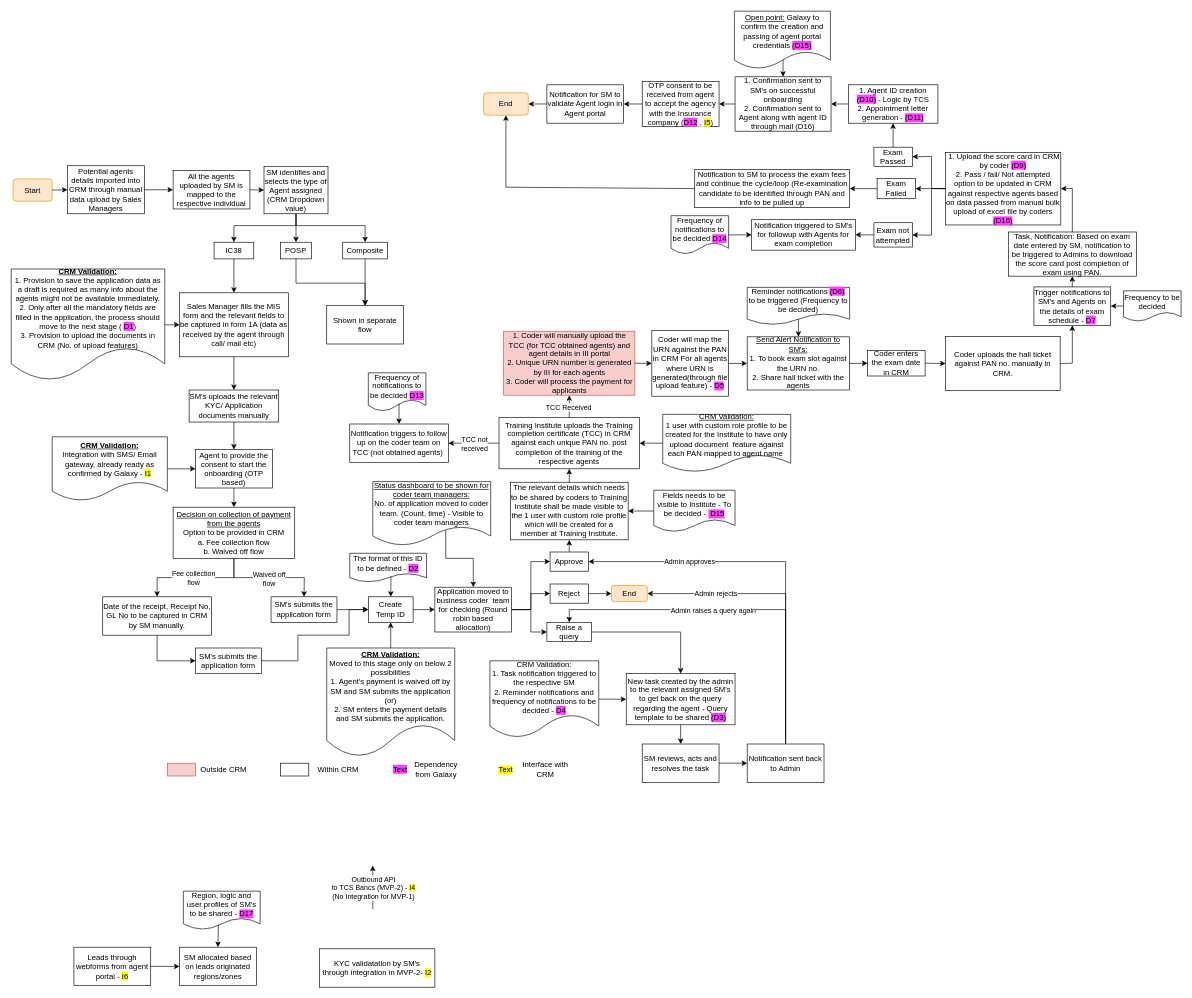
This is Agent Onboarding IC38 MVP 1.drawio from shaileshsreedar/Galaxy, a draw.io file, before an edit. Source tidied: cells renumbered, new cells numbered last; positions are measured from the earlier drawing's top-left corner, leaving out a move shared by most shapes. Both pictures are drawn from the tidied source at 64%, with x=0, y=0 at pixel (11, 11).
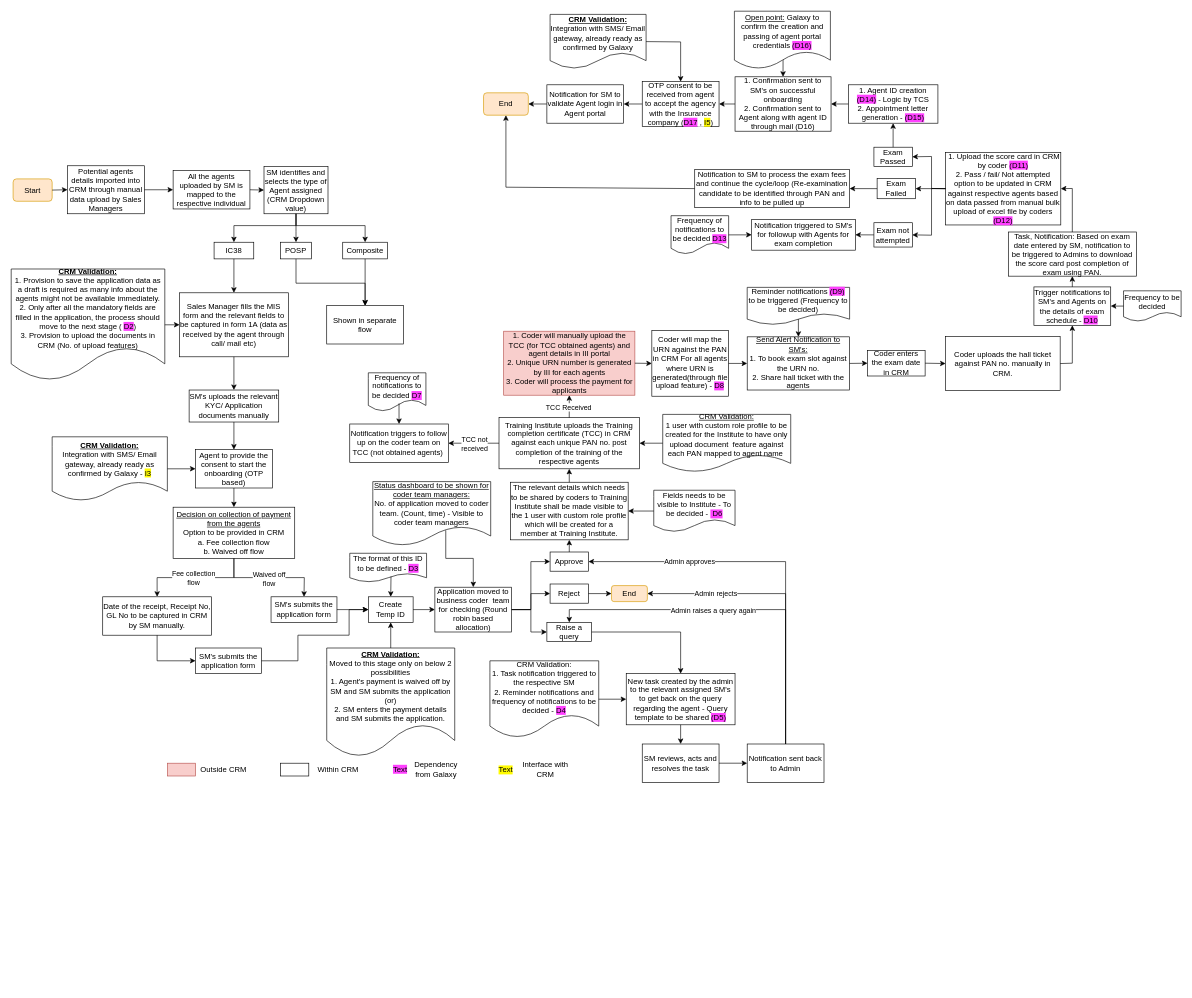
Above is the later version.

Change to the diagram source:
```diff
@@
-    <mxCell id="18" value="&lt;b&gt;&lt;u&gt;CRM Validation:&lt;/u&gt;&lt;/b&gt;&lt;div&gt;1. Provision to save the application data as a draft is required as many info about the agents might not be available immediately.&lt;/div&gt;&lt;div&gt;2. Only after all the mandatory fields are filled in the application, the process should move to the next stage (&amp;nbsp;&lt;span style=&quot;background-color: rgb(255, 64, 255);&quot;&gt;D1&lt;/span&gt;)&lt;/div&gt;&lt;div&gt;3. Provision to upload the documents in CRM (No. of upload features)&lt;/div&gt;" style="shape=document;whiteSpace=wrap;html=1;boundedLbl=1;" parent="1" vertex="1">
+    <mxCell id="18" value="&lt;b&gt;&lt;u&gt;CRM Validation:&lt;/u&gt;&lt;/b&gt;&lt;div&gt;1. Provision to save the application data as a draft is required as many info about the agents might not be available immediately.&lt;/div&gt;&lt;div&gt;2. Only after all the mandatory fields are filled in the application, the process should move to the next stage (&amp;nbsp;&lt;span style=&quot;background-color: rgb(255, 64, 255);&quot;&gt;D2&lt;/span&gt;)&lt;/div&gt;&lt;div&gt;3. Provision to upload the documents in CRM (No. of upload features)&lt;/div&gt;" style="shape=document;whiteSpace=wrap;html=1;boundedLbl=1;" parent="1" vertex="1">
       <mxGeometry y="402.8" width="240" height="174.4" as="geometry" />
     </mxCell>
@@
-    <mxCell id="23" value="&lt;b&gt;&lt;u&gt;CRM Validation:&lt;/u&gt;&lt;/b&gt;&lt;div&gt;Integration with SMS/ Email gateway, already ready as confirmed by Galaxy - &lt;span style=&quot;background-color: rgb(255, 251, 0);&quot;&gt;I1&lt;/span&gt;&lt;/div&gt;" style="shape=document;whiteSpace=wrap;html=1;boundedLbl=1;" parent="1" vertex="1">
+    <mxCell id="23" value="&lt;b&gt;&lt;u&gt;CRM Validation:&lt;/u&gt;&lt;/b&gt;&lt;div&gt;Integration with SMS/ Email gateway, already ready as confirmed by Galaxy - &lt;span style=&quot;background-color: rgb(255, 251, 0);&quot;&gt;I3&lt;/span&gt;&lt;/div&gt;" style="shape=document;whiteSpace=wrap;html=1;boundedLbl=1;" parent="1" vertex="1">
       <mxGeometry x="64" y="665" width="180" height="100" as="geometry" />
     </mxCell>
@@
-    <mxCell id="48" value="The format of this ID to be defined - &lt;span style=&quot;background-color: rgb(255, 64, 255);&quot;&gt;D2&lt;/span&gt;" style="shape=document;whiteSpace=wrap;html=1;boundedLbl=1;" parent="1" vertex="1">
+    <mxCell id="48" value="The format of this ID to be defined - &lt;span style=&quot;background-color: rgb(255, 64, 255);&quot;&gt;D3&lt;/span&gt;" style="shape=document;whiteSpace=wrap;html=1;boundedLbl=1;" parent="1" vertex="1">
       <mxGeometry x="529" y="847" width="120" height="45" as="geometry" />
     </mxCell>
@@
-    <mxCell id="50" value="New task created by the admin to the relevant assigned SM's to get back on the query regarding the agent - Query template to be shared &lt;span style=&quot;background-color: rgb(255, 64, 255);&quot;&gt;(D3)&lt;/span&gt;" style="rounded=0;whiteSpace=wrap;html=1;" parent="1" vertex="1">
+    <mxCell id="50" value="New task created by the admin to the relevant assigned SM's to get back on the query regarding the agent - Query template to be shared &lt;span style=&quot;background-color: rgb(255, 64, 255);&quot;&gt;(D5)&lt;/span&gt;" style="rounded=0;whiteSpace=wrap;html=1;" parent="1" vertex="1">
       <mxGeometry x="961" y="1035" width="170" height="80" as="geometry" />
     </mxCell>
@@
-    <mxCell id="71" value="Coder will map the URN against the PAN in CRM For all agents where URN is generated(through file upload feature) - &lt;span style=&quot;background-color: rgb(255, 64, 255);&quot;&gt;D5&lt;/span&gt;" style="rounded=0;whiteSpace=wrap;html=1;" parent="1" vertex="1">
+    <mxCell id="71" value="Coder will map the URN against the PAN in CRM For all agents where URN is generated(through file upload feature) - &lt;span style=&quot;background-color: rgb(255, 64, 255);&quot;&gt;D8&lt;/span&gt;" style="rounded=0;whiteSpace=wrap;html=1;" parent="1" vertex="1">
       <mxGeometry x="1001" y="499.1" width="120" height="102.5" as="geometry" />
     </mxCell>
@@
-    <mxCell id="75" value="Reminder notifications &lt;span style=&quot;background-color: rgb(255, 64, 255);&quot;&gt;(D6)&lt;/span&gt; to be triggered (Frequency to be decided)" style="shape=document;whiteSpace=wrap;html=1;boundedLbl=1;" parent="1" vertex="1">
+    <mxCell id="75" value="Reminder notifications &lt;span style=&quot;background-color: rgb(255, 64, 255);&quot;&gt;(D9)&lt;/span&gt; to be triggered (Frequency to be decided)" style="shape=document;whiteSpace=wrap;html=1;boundedLbl=1;" parent="1" vertex="1">
       <mxGeometry x="1150" y="431.5" width="160" height="58.5" as="geometry" />
     </mxCell>
@@
-    <mxCell id="79" value="Trigger notifications to SM's and Agents on the details of exam schedule - &lt;span style=&quot;background-color: rgb(255, 64, 255);&quot;&gt;D7&lt;/span&gt;" style="rounded=0;whiteSpace=wrap;html=1;" parent="1" vertex="1">
+    <mxCell id="79" value="Trigger notifications to SM's and Agents on the details of exam schedule - &lt;span style=&quot;background-color: rgb(255, 64, 255);&quot;&gt;D10&lt;/span&gt;" style="rounded=0;whiteSpace=wrap;html=1;" parent="1" vertex="1">
       <mxGeometry x="1598" y="430.8" width="120" height="60" as="geometry" />
     </mxCell>
@@
-    <mxCell id="85" value="&amp;nbsp;1. Upload the score card in CRM by coder&amp;nbsp;&lt;span style=&quot;background-color: rgb(255, 64, 255);&quot;&gt;(D9)&lt;/span&gt;&lt;div&gt;2. Pass / fail/ Not attempted option to be updated in CRM against respective agents based on data passed from manual bulk upload of excel file by coders &lt;span style=&quot;background-color: rgb(255, 64, 255);&quot;&gt;(D16)&lt;/span&gt;&lt;/div&gt;" style="rounded=0;whiteSpace=wrap;html=1;" parent="1" vertex="1">
+    <mxCell id="85" value="&amp;nbsp;1. Upload the score card in CRM by coder&amp;nbsp;&lt;span style=&quot;background-color: rgb(255, 64, 255);&quot;&gt;(D11)&lt;/span&gt;&lt;div&gt;2. Pass / fail/ Not attempted option to be updated in CRM against respective agents based on data passed from manual bulk upload of excel file by coders &lt;span style=&quot;background-color: rgb(255, 64, 255);&quot;&gt;(D12)&lt;/span&gt;&lt;/div&gt;" style="rounded=0;whiteSpace=wrap;html=1;" parent="1" vertex="1">
       <mxGeometry x="1460" y="220.5" width="180" height="113.5" as="geometry" />
     </mxCell>
@@
-    <mxCell id="90" value="1. Agent ID creation &lt;span style=&quot;background-color: rgb(255, 64, 255);&quot;&gt;(D10)&lt;/span&gt; - Logic by TCS&lt;div&gt;2. Appointment letter generation - &lt;span style=&quot;background-color: rgb(255, 64, 255);&quot;&gt;(D11)&lt;/span&gt;&lt;/div&gt;" style="rounded=0;whiteSpace=wrap;html=1;" parent="1" vertex="1">
+    <mxCell id="90" value="1. Agent ID creation &lt;span style=&quot;background-color: rgb(255, 64, 255);&quot;&gt;(D14)&lt;/span&gt; - Logic by TCS&lt;div&gt;2. Appointment letter generation - &lt;span style=&quot;background-color: rgb(255, 64, 255);&quot;&gt;(D15)&lt;/span&gt;&lt;/div&gt;" style="rounded=0;whiteSpace=wrap;html=1;" parent="1" vertex="1">
       <mxGeometry x="1308" y="115" width="140" height="60" as="geometry" />
     </mxCell>
@@
-    <mxCell id="104" value="OTP consent to be received from agent to accept the agency with the Insurance company (&lt;span style=&quot;background-color: rgb(255, 64, 255);&quot;&gt;D12&lt;/span&gt;&lt;span style=&quot;background-color: rgb(255, 255, 255);&quot;&gt; , &lt;/span&gt;&lt;span style=&quot;background-color: rgb(255, 251, 0);&quot;&gt;I5&lt;/span&gt;)" style="rounded=0;whiteSpace=wrap;html=1;" parent="1" vertex="1">
+    <mxCell id="104" value="OTP consent to be received from agent to accept the agency with the Insurance company (&lt;span style=&quot;background-color: rgb(255, 64, 255);&quot;&gt;D17&lt;/span&gt;&lt;span style=&quot;background-color: rgb(255, 255, 255);&quot;&gt;&amp;nbsp;, &lt;/span&gt;&lt;span style=&quot;background-color: rgb(255, 251, 0);&quot;&gt;I5&lt;/span&gt;)" style="rounded=0;whiteSpace=wrap;html=1;" parent="1" vertex="1">
       <mxGeometry x="986" y="110" width="120" height="70" as="geometry" />
     </mxCell>
@@
-    <mxCell id="110" value="Frequency of notifications to be decided &lt;span style=&quot;background-color: rgb(255, 64, 255);&quot;&gt;D13&lt;/span&gt;" style="shape=document;whiteSpace=wrap;html=1;boundedLbl=1;" parent="1" vertex="1">
+    <mxCell id="110" value="Frequency of notifications to be decided &lt;span style=&quot;background-color: rgb(255, 64, 255);&quot;&gt;D7&lt;/span&gt;" style="shape=document;whiteSpace=wrap;html=1;boundedLbl=1;" parent="1" vertex="1">
       <mxGeometry x="558" y="565" width="90" height="60" as="geometry" />
     </mxCell>
@@
-    <mxCell id="115" value="Frequency of notifications to be decided &lt;span style=&quot;background-color: rgb(255, 64, 255);&quot;&gt;D14&lt;/span&gt;" style="shape=document;whiteSpace=wrap;html=1;boundedLbl=1;" parent="1" vertex="1">
+    <mxCell id="115" value="Frequency of notifications to be decided &lt;span style=&quot;background-color: rgb(255, 64, 255);&quot;&gt;D13&lt;/span&gt;" style="shape=document;whiteSpace=wrap;html=1;boundedLbl=1;" parent="1" vertex="1">
       <mxGeometry x="1031" y="319.5" width="90" height="60" as="geometry" />
     </mxCell>
@@
-    <mxCell id="135" value="Fields needs to be visible to Institute - To be decided - &lt;span style=&quot;background-color: rgb(255, 64, 255);&quot;&gt;&amp;nbsp;D15&lt;/span&gt;" style="shape=document;whiteSpace=wrap;html=1;boundedLbl=1;" parent="1" vertex="1">
+    <mxCell id="135" value="Fields needs to be visible to Institute - To be decided - &lt;span style=&quot;background-color: rgb(255, 64, 255);&quot;&gt;&amp;nbsp;D6&lt;/span&gt;" style="shape=document;whiteSpace=wrap;html=1;boundedLbl=1;" parent="1" vertex="1">
       <mxGeometry x="1004" y="748.5" width="127" height="65" as="geometry" />
     </mxCell>
@@
-    <mxCell id="137" value="&lt;u style=&quot;background-color: rgb(255, 255, 255);&quot;&gt;Open point:&lt;/u&gt;&amp;nbsp;Galaxy to confirm the creation and passing of agent portal credentials&amp;nbsp;&lt;span style=&quot;background-color: rgb(255, 64, 255);&quot;&gt;(D15)&lt;/span&gt;" style="shape=document;whiteSpace=wrap;html=1;boundedLbl=1;" parent="1" vertex="1">
+    <mxCell id="137" value="&lt;u style=&quot;background-color: rgb(255, 255, 255);&quot;&gt;Open point:&lt;/u&gt;&amp;nbsp;Galaxy to confirm the creation and passing of agent portal credentials&amp;nbsp;&lt;span style=&quot;background-color: rgb(255, 64, 255);&quot;&gt;(D16)&lt;/span&gt;" style="shape=document;whiteSpace=wrap;html=1;boundedLbl=1;" parent="1" vertex="1">
       <mxGeometry x="1130" width="150" height="90" as="geometry" />
     </mxCell>
-    <mxCell id="138" value="Leads through webforms from agent portal -&amp;nbsp;&lt;span style=&quot;background-color: rgb(255, 251, 0);&quot;&gt;I6&lt;/span&gt;" style="rounded=0;whiteSpace=wrap;html=1;" parent="1" vertex="1">
-      <mxGeometry x="98" y="1462.5" width="120" height="60" as="geometry" />
-    </mxCell>
-    <mxCell id="139" value="SM allocated based on leads originated regions/zones" style="rounded=0;whiteSpace=wrap;html=1;" parent="1" vertex="1">
-      <mxGeometry x="263" y="1462.5" width="120" height="60" as="geometry" />
-    </mxCell>
-    <mxCell id="140" style="endArrow=classic;html=1;rounded=0;exitX=1;exitY=0.5;exitDx=0;exitDy=0;entryX=0;entryY=0.5;entryDx=0;entryDy=0;" parent="1" edge="1" source="138" target="139">
-      <mxGeometry relative="1" as="geometry" />
-    </mxCell>
-    <mxCell id="141" value="Region, logic and user profiles of SM's to be shared - &lt;span style=&quot;background-color: rgb(255, 64, 255);&quot;&gt;D17&lt;/span&gt;" style="shape=document;whiteSpace=wrap;html=1;boundedLbl=1;" parent="1" vertex="1">
-      <mxGeometry x="269" y="1375" width="120" height="60" as="geometry" />
-    </mxCell>
-    <mxCell id="142" style="endArrow=classic;html=1;rounded=0;entryX=0.5;entryY=0;entryDx=0;entryDy=0;exitX=0.456;exitY=0.879;exitDx=0;exitDy=0;exitPerimeter=0;" parent="1" edge="1" source="141" target="139">
-      <mxGeometry relative="1" as="geometry" />
-    </mxCell>
-    <mxCell id="143" value="KYC validatation by SM's through integration in MVP-2-&amp;nbsp;&lt;span style=&quot;background-color: rgb(255, 251, 0);&quot;&gt;I2&lt;/span&gt;" style="rounded=0;whiteSpace=wrap;html=1;" parent="1" vertex="1">
-      <mxGeometry x="482" y="1465" width="180" height="60" as="geometry" />
-    </mxCell>
-    <mxCell id="144" style="endArrow=classic;html=1;rounded=0;exitX=0.5;exitY=0;exitDx=0;exitDy=0;entryX=0.5;entryY=1;entryDx=0;entryDy=0;" parent="1" edge="1">
-      <mxGeometry relative="1" as="geometry">
-        <mxPoint x="565" y="1403" as="sourcePoint" />
-        <mxPoint x="565" y="1335" as="targetPoint" />
-      </mxGeometry>
-    </mxCell>
-    <mxCell id="145" value="Outbound API&lt;div&gt;to TCS Bancs (MVP-2) - &lt;span style=&quot;background-color: rgb(255, 251, 0);&quot;&gt;I4&lt;/span&gt;&lt;/div&gt;&lt;div&gt;&lt;span style=&quot;background-color: rgb(255, 255, 255);&quot;&gt;(No Integration for MVP-1)&lt;/span&gt;&lt;/div&gt;" style="edgeLabel;html=1;align=center;verticalAlign=middle;" parent="144" vertex="1">
-      <mxGeometry x="0.01" relative="1" as="geometry" />
-    </mxCell>
+    <mxCell id="146" value="&lt;b&gt;&lt;u&gt;CRM Validation:&lt;/u&gt;&lt;/b&gt;&lt;div&gt;Integration with SMS/ Email gateway, already ready as confirmed by Galaxy&lt;/div&gt;" style="shape=document;whiteSpace=wrap;html=1;boundedLbl=1;" parent="1" vertex="1">
+      <mxGeometry x="842" y="5" width="150" height="85" as="geometry" />
+    </mxCell>
+    <mxCell id="147" style="endArrow=classic;html=1;rounded=0;entryX=0.5;entryY=0;entryDx=0;entryDy=0;exitX=1;exitY=0.5;exitDx=0;exitDy=0;" parent="1" edge="1" source="146" target="104">
+      <mxGeometry relative="1" as="geometry">
+        <Array as="points">
+          <mxPoint x="1046" y="48" />
+        </Array>
+      </mxGeometry>
+    </mxCell>
```
